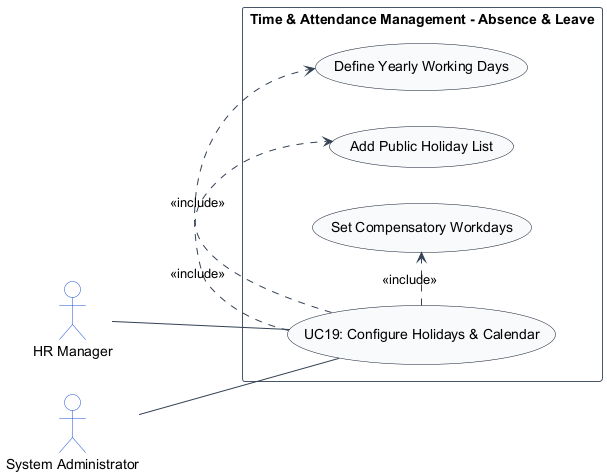
Above: usecase_images/UC19.png in TamBui1706/HRPlatform (PlantUML), before the change. The source it was exported from:
```plantuml
@startuml
left to right direction
skinparam shadowing false
skinparam packageStyle rectangle
skinparam actorStyle stickman

skinparam ArrowColor #334155
skinparam ActorBorderColor #1d4ed8
skinparam ActorBackgroundColor #ffffff
skinparam UsecaseBorderColor #0f172a
skinparam UsecaseBackgroundColor #f8fafc
skinparam RectangleBorderColor #475569
skinparam RectangleBackgroundColor #ffffff

actor "HR Manager" as HRManager
actor "System Administrator" as SystemAdministrator

rectangle "Time & Attendance Management - Absence & Leave" {
    usecase "UC19: Configure Holidays & Calendar" as UC_Main
    usecase "Define Yearly Working Days" as UC_InitYear
    usecase "Add Public Holiday List" as UC_AddHolidays
    usecase "Set Compensatory Workdays" as UC_SetComp

    HRManager -- UC_Main
    SystemAdministrator -- UC_Main
    UC_Main .> UC_InitYear : <<include>>
    UC_Main .> UC_AddHolidays : <<include>>
    UC_Main .> UC_SetComp : <<include>>
}
@enduml
```
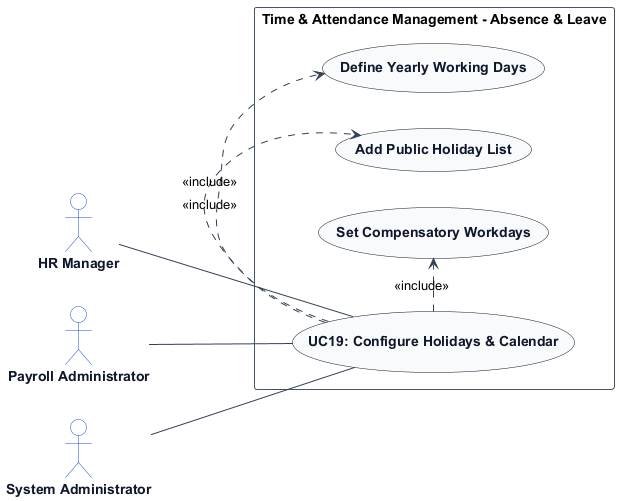
After the change.

The edit, as a diff of the source:
```diff
@@ -7,12 +7,19 @@
 skinparam ArrowColor #334155
 skinparam ActorBorderColor #1d4ed8
 skinparam ActorBackgroundColor #ffffff
+skinparam ActorFontColor #0f172a
+skinparam ActorFontStyle bold
+
 skinparam UsecaseBorderColor #0f172a
 skinparam UsecaseBackgroundColor #f8fafc
+skinparam UsecaseFontColor #0f172a
+skinparam UsecaseFontStyle bold
+
 skinparam RectangleBorderColor #475569
 skinparam RectangleBackgroundColor #ffffff
 
 actor "HR Manager" as HRManager
+actor "Payroll Administrator" as PayrollAdministrator
 actor "System Administrator" as SystemAdministrator
 
 rectangle "Time & Attendance Management - Absence & Leave" {
@@ -22,6 +29,7 @@
     usecase "Set Compensatory Workdays" as UC_SetComp
 
     HRManager -- UC_Main
+    PayrollAdministrator -- UC_Main
     SystemAdministrator -- UC_Main
     UC_Main .> UC_InitYear : <<include>>
     UC_Main .> UC_AddHolidays : <<include>>
```
